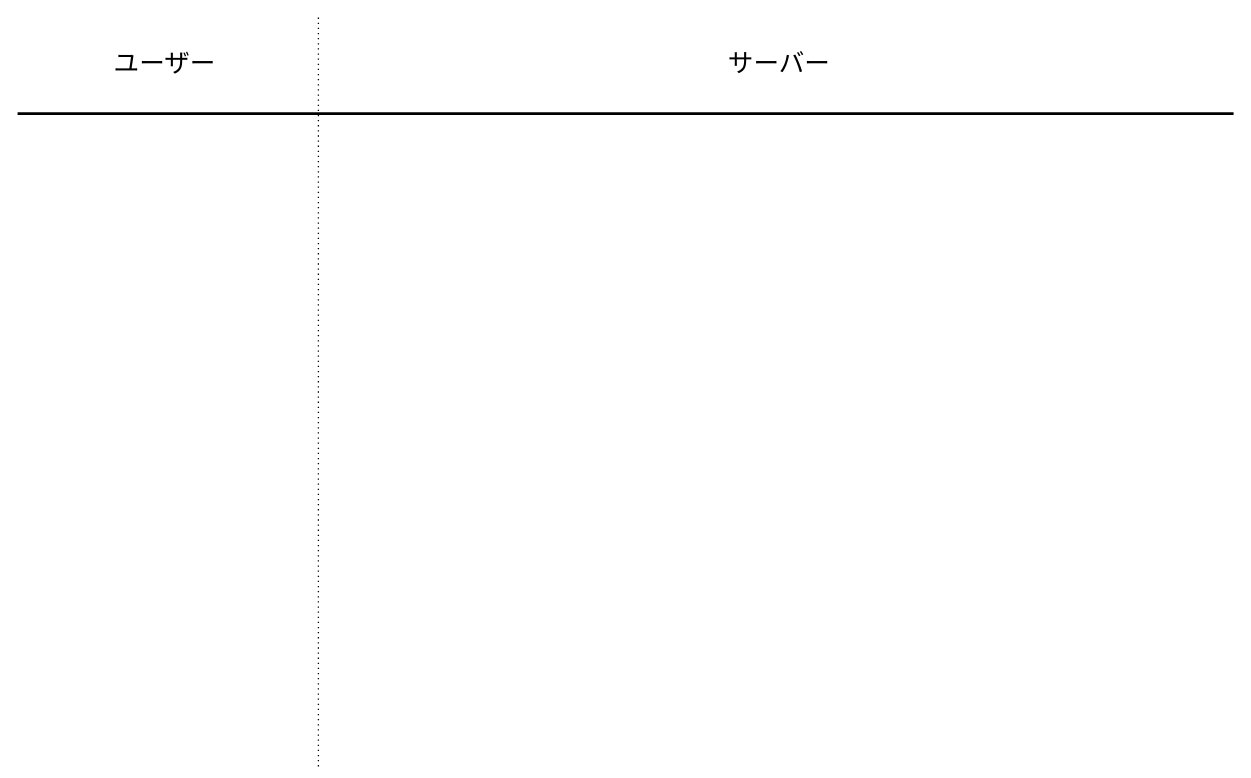
SatoShun0302/valkyrie-system-document keeps this draw.io diagram as ドメイン/模擬戦/対戦申し込み.drawio. Above is the earlier version. Source tidied: cells renumbered, new cells numbered last; positions are measured from the earlier drawing's top-left corner, leaving out a move shared by most shapes. Both pictures are drawn from the tidied source at 64%, with x=0, y=0 at pixel (11, 11).
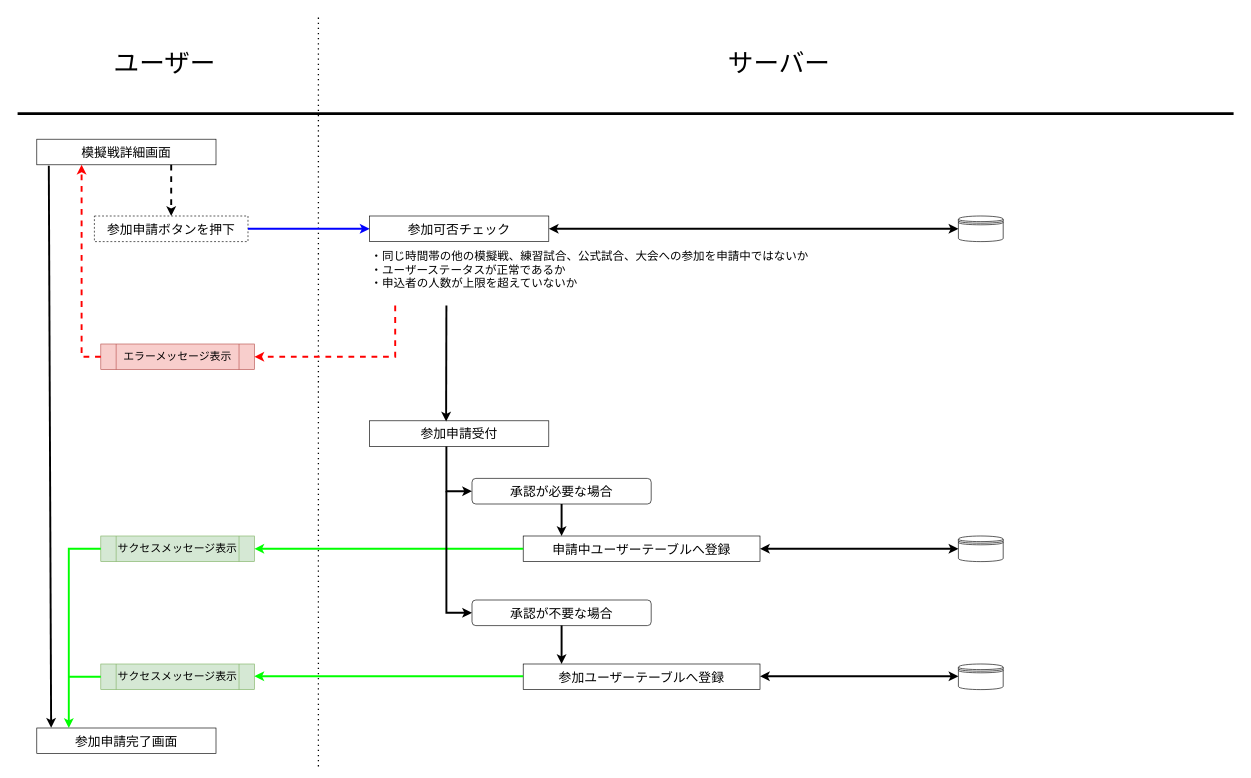
The same page after the edit.

Commit message:
Update 対戦申し込み.drawio

What changed in the source:
```diff
@@
+    <mxCell id="6" value="参加申請ボタンを押下" style="rounded=0;whiteSpace=wrap;html=1;fontSize=20;dashed=1;" parent="1" vertex="1">
+      <mxGeometry x="130" y="320" width="240" height="40" as="geometry" />
+    </mxCell>
+    <mxCell id="7" style="endArrow=classic;html=1;rounded=0;fontSize=20;strokeWidth=3;strokeColor=#0000FF;entryX=0;entryY=0.5;entryDx=0;entryDy=0;" parent="1" edge="1" target="8">
+      <mxGeometry relative="1" as="geometry">
+        <mxPoint x="370" y="340" as="sourcePoint" />
+      </mxGeometry>
+    </mxCell>
+    <mxCell id="8" value="参加可否チェック" style="rounded=0;whiteSpace=wrap;html=1;fontSize=20;" parent="1" vertex="1">
+      <mxGeometry x="560" y="320" width="280" height="40" as="geometry" />
+    </mxCell>
+    <mxCell id="9" value="・同じ時間帯の他の模擬戦、練習試合、公式試合、大会への参加を申請中ではないか&lt;br&gt;・ユーザーステータスが正常であるか&lt;br&gt;・申込者の人数が上限を超えていないか" style="text;html=1;strokeColor=none;fillColor=none;align=left;verticalAlign=middle;whiteSpace=wrap;rounded=0;fontSize=18;" parent="1" vertex="1">
+      <mxGeometry x="560" y="390" width="780" height="30" as="geometry" />
+    </mxCell>
+    <mxCell id="10" value="模擬戦詳細画面" style="rounded=0;whiteSpace=wrap;html=1;fontSize=20;" parent="1" vertex="1">
+      <mxGeometry x="40" y="200" width="280" height="40" as="geometry" />
+    </mxCell>
+    <mxCell id="11" style="endArrow=classic;html=1;rounded=0;fontSize=20;strokeColor=#000000;strokeWidth=3;entryX=0.5;entryY=0;entryDx=0;entryDy=0;exitX=0.75;exitY=1;exitDx=0;exitDy=0;dashed=1;" parent="1" edge="1" source="10" target="6">
+      <mxGeometry relative="1" as="geometry" />
+    </mxCell>
+    <mxCell id="12" value="エラーメッセージ表示" style="shape=process;whiteSpace=wrap;html=1;backgroundOutline=1;fontSize=17;fillColor=#f8cecc;strokeColor=#b85450;" parent="1" vertex="1">
+      <mxGeometry x="140" y="520" width="240" height="40" as="geometry" />
+    </mxCell>
+    <mxCell id="13" value="サクセスメッセージ表示" style="shape=process;whiteSpace=wrap;html=1;backgroundOutline=1;fontSize=17;fillColor=#d5e8d4;strokeColor=#82b366;" parent="1" vertex="1">
+      <mxGeometry x="140" y="820" width="240" height="40" as="geometry" />
+    </mxCell>
+    <mxCell id="14" style="endArrow=classic;html=1;rounded=0;dashed=1;fontSize=17;strokeColor=#FF0000;strokeWidth=3;entryX=1;entryY=0.5;entryDx=0;entryDy=0;" parent="1" edge="1" target="12">
+      <mxGeometry relative="1" as="geometry">
+        <mxPoint x="600" y="460" as="sourcePoint" />
+        <Array as="points">
+          <mxPoint x="600" y="540" />
+        </Array>
+      </mxGeometry>
+    </mxCell>
+    <mxCell id="15" style="endArrow=classic;html=1;rounded=0;dashed=1;fontSize=17;strokeColor=#FF0000;strokeWidth=3;exitX=0;exitY=0.5;exitDx=0;exitDy=0;entryX=0.25;entryY=1;entryDx=0;entryDy=0;" parent="1" edge="1" source="12" target="10">
+      <mxGeometry relative="1" as="geometry">
+        <Array as="points">
+          <mxPoint x="110" y="540" />
+        </Array>
+      </mxGeometry>
+    </mxCell>
+    <mxCell id="16" value="参加申請完了画面" style="rounded=0;whiteSpace=wrap;html=1;fontSize=20;" parent="1" vertex="1">
+      <mxGeometry x="40" y="1120" width="280" height="40" as="geometry" />
+    </mxCell>
+    <mxCell id="17" style="endArrow=classic;html=1;rounded=0;fontSize=17;strokeColor=#000000;strokeWidth=3;exitX=0.067;exitY=1.033;exitDx=0;exitDy=0;exitPerimeter=0;entryX=0.08;entryY=-0.008;entryDx=0;entryDy=0;entryPerimeter=0;" parent="1" edge="1" source="10" target="16">
+      <mxGeometry relative="1" as="geometry" />
+    </mxCell>
+    <mxCell id="18" value="参加申請受付" style="rounded=0;whiteSpace=wrap;html=1;fontSize=20;" parent="1" vertex="1">
+      <mxGeometry x="560" y="640" width="280" height="40" as="geometry" />
+    </mxCell>
+    <mxCell id="19" value="承認が必要な場合" style="rounded=1;whiteSpace=wrap;html=1;fontSize=20;" parent="1" vertex="1">
+      <mxGeometry x="720" y="730" width="280" height="40" as="geometry" />
+    </mxCell>
+    <mxCell id="20" value="申請中ユーザーテーブルへ登録" style="rounded=0;whiteSpace=wrap;html=1;fontSize=20;" parent="1" vertex="1">
+      <mxGeometry x="800" y="820" width="370" height="40" as="geometry" />
+    </mxCell>
+    <mxCell id="21" value="承認が不要な場合" style="rounded=1;whiteSpace=wrap;html=1;fontSize=20;" parent="1" vertex="1">
+      <mxGeometry x="720" y="920" width="280" height="40" as="geometry" />
+    </mxCell>
+    <mxCell id="22" value="参加ユーザーテーブルへ登録" style="rounded=0;whiteSpace=wrap;html=1;fontSize=20;" parent="1" vertex="1">
+      <mxGeometry x="800" y="1020" width="370" height="40" as="geometry" />
+    </mxCell>
+    <mxCell id="23" value="サクセスメッセージ表示" style="shape=process;whiteSpace=wrap;html=1;backgroundOutline=1;fontSize=17;fillColor=#d5e8d4;strokeColor=#82b366;" parent="1" vertex="1">
+      <mxGeometry x="140" y="1020" width="240" height="40" as="geometry" />
+    </mxCell>
+    <mxCell id="24" style="endArrow=classic;html=1;rounded=0;fontSize=17;strokeColor=#000000;strokeWidth=3;entryX=0.427;entryY=0.029;entryDx=0;entryDy=0;entryPerimeter=0;" parent="1" edge="1" target="18">
+      <mxGeometry relative="1" as="geometry">
+        <mxPoint x="680" y="460" as="sourcePoint" />
+      </mxGeometry>
+    </mxCell>
+    <mxCell id="25" style="endArrow=classic;html=1;rounded=0;fontSize=17;strokeColor=#000000;strokeWidth=3;entryX=0;entryY=0.5;entryDx=0;entryDy=0;" parent="1" edge="1" target="19">
+      <mxGeometry relative="1" as="geometry">
+        <mxPoint x="680" y="680" as="sourcePoint" />
+        <Array as="points">
+          <mxPoint x="680" y="750" />
+        </Array>
+      </mxGeometry>
+    </mxCell>
+    <mxCell id="26" style="endArrow=classic;html=1;rounded=0;fontSize=17;strokeColor=#00FF00;strokeWidth=3;exitX=0;exitY=0.5;exitDx=0;exitDy=0;entryX=1;entryY=0.5;entryDx=0;entryDy=0;" parent="1" edge="1" source="20" target="13">
+      <mxGeometry relative="1" as="geometry" />
+    </mxCell>
+    <mxCell id="27" style="endArrow=classic;html=1;rounded=0;fontSize=17;strokeColor=#00FF00;strokeWidth=3;exitX=0;exitY=0.5;exitDx=0;exitDy=0;entryX=1;entryY=0.5;entryDx=0;entryDy=0;" parent="1" edge="1">
+      <mxGeometry relative="1" as="geometry">
+        <mxPoint x="800" y="1039.1" as="sourcePoint" />
+        <mxPoint x="380" y="1039.1" as="targetPoint" />
+      </mxGeometry>
+    </mxCell>
+    <mxCell id="28" style="endArrow=classic;html=1;rounded=0;fontSize=17;strokeColor=#000000;strokeWidth=3;entryX=0;entryY=0.5;entryDx=0;entryDy=0;" parent="1" edge="1" target="21">
+      <mxGeometry relative="1" as="geometry">
+        <mxPoint x="680" y="750" as="sourcePoint" />
+        <Array as="points">
+          <mxPoint x="680" y="940" />
+        </Array>
+      </mxGeometry>
+    </mxCell>
+    <mxCell id="29" style="endArrow=classic;html=1;rounded=0;fontSize=17;strokeColor=#000000;strokeWidth=3;exitX=0.5;exitY=1;exitDx=0;exitDy=0;entryX=0.162;entryY=0;entryDx=0;entryDy=0;entryPerimeter=0;" parent="1" edge="1" source="19" target="20">
+      <mxGeometry relative="1" as="geometry" />
+    </mxCell>
+    <mxCell id="30" style="endArrow=classic;html=1;rounded=0;fontSize=17;strokeColor=#000000;strokeWidth=3;exitX=0.5;exitY=1;exitDx=0;exitDy=0;entryX=0.162;entryY=0;entryDx=0;entryDy=0;entryPerimeter=0;" parent="1" edge="1" source="21" target="22">
+      <mxGeometry relative="1" as="geometry" />
+    </mxCell>
+    <mxCell id="31" style="endArrow=classic;html=1;rounded=0;fontSize=17;strokeColor=#00FF00;strokeWidth=3;exitX=0;exitY=0.5;exitDx=0;exitDy=0;" parent="1" edge="1" source="13">
+      <mxGeometry relative="1" as="geometry">
+        <mxPoint x="90" y="1120" as="targetPoint" />
+        <Array as="points">
+          <mxPoint x="90" y="840" />
+        </Array>
+      </mxGeometry>
+    </mxCell>
+    <mxCell id="32" style="endArrow=none;html=1;rounded=0;fontSize=17;strokeColor=#00FF00;strokeWidth=3;entryX=0;entryY=0.5;entryDx=0;entryDy=0;" parent="1" edge="1" target="23">
+      <mxGeometry relative="1" as="geometry">
+        <mxPoint x="90" y="1040" as="sourcePoint" />
+      </mxGeometry>
+    </mxCell>
+    <mxCell id="33" style="shape=datastore;whiteSpace=wrap;html=1;rounded=1;fontSize=17;" parent="1" vertex="1">
+      <mxGeometry x="1480" y="320" width="70" height="40" as="geometry" />
+    </mxCell>
+    <mxCell id="34" style="endArrow=classic;startArrow=classic;html=1;rounded=0;fontSize=17;strokeColor=#000000;strokeWidth=3;entryX=0;entryY=0.5;entryDx=0;entryDy=0;exitX=1;exitY=0.5;exitDx=0;exitDy=0;" parent="1" edge="1" source="8" target="33">
+      <mxGeometry relative="1" as="geometry" />
+    </mxCell>
+    <mxCell id="35" style="shape=datastore;whiteSpace=wrap;html=1;rounded=1;fontSize=17;" parent="1" vertex="1">
+      <mxGeometry x="1480" y="820" width="70" height="40" as="geometry" />
+    </mxCell>
+    <mxCell id="36" style="shape=datastore;whiteSpace=wrap;html=1;rounded=1;fontSize=17;" parent="1" vertex="1">
+      <mxGeometry x="1480" y="1020" width="70" height="40" as="geometry" />
+    </mxCell>
+    <mxCell id="37" style="endArrow=classic;startArrow=classic;html=1;rounded=0;fontSize=17;strokeColor=#000000;strokeWidth=3;entryX=0;entryY=0.5;entryDx=0;entryDy=0;exitX=1;exitY=0.5;exitDx=0;exitDy=0;" parent="1" edge="1" source="20" target="35">
+      <mxGeometry relative="1" as="geometry" />
+    </mxCell>
+    <mxCell id="38" style="endArrow=classic;startArrow=classic;html=1;rounded=0;fontSize=17;strokeColor=#000000;strokeWidth=3;entryX=0;entryY=0.5;entryDx=0;entryDy=0;exitX=1;exitY=0.5;exitDx=0;exitDy=0;" parent="1" edge="1">
+      <mxGeometry relative="1" as="geometry">
+        <mxPoint x="1170" y="1039.2" as="sourcePoint" />
+        <mxPoint x="1480" y="1039.2" as="targetPoint" />
+      </mxGeometry>
+    </mxCell>
```
